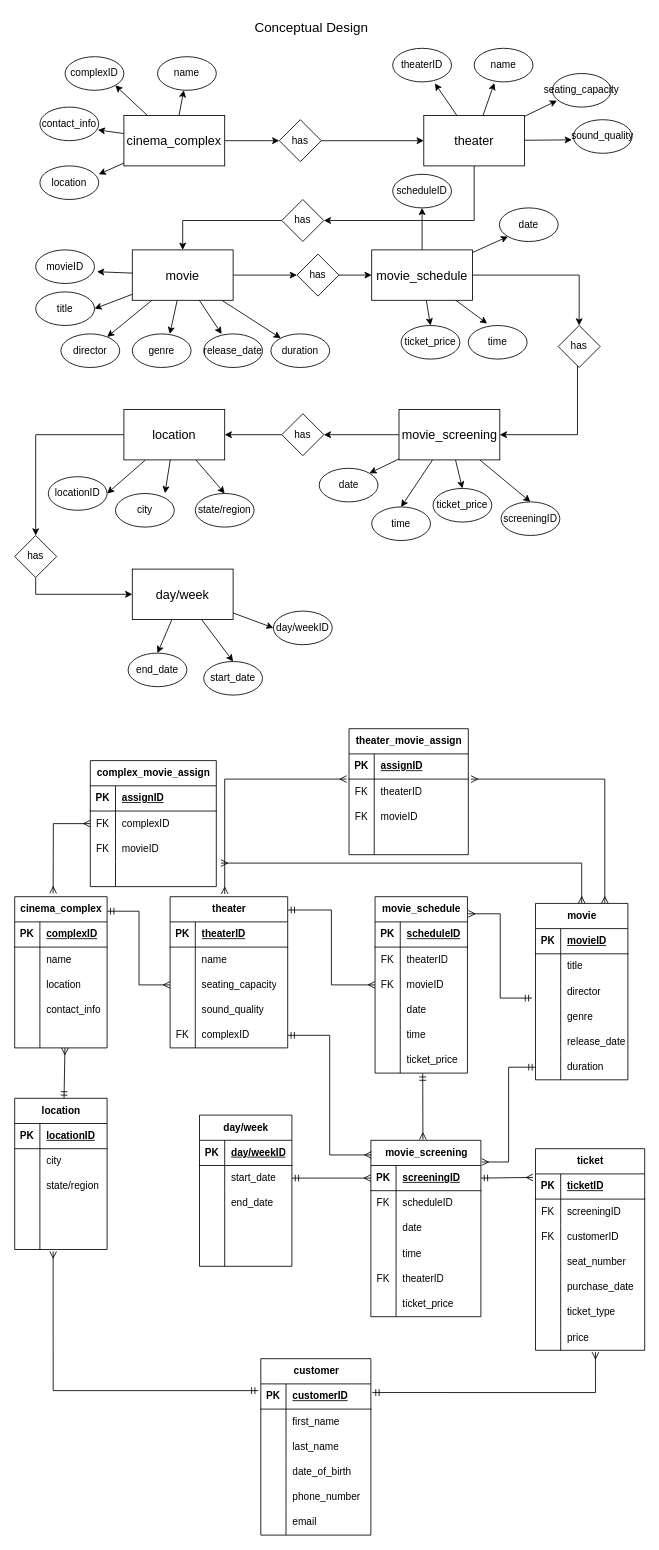
Before: eye_candy_cinemas_casestudy.drawio in julieeesy/data_modelling_workshop, a draw.io diagram. Source tidied: cells renumbered, new cells numbered last; positions are measured from the earlier drawing's top-left corner, leaving out a move shared by most shapes. Both pictures are drawn from the tidied source at 84%, with x=0, y=0 at pixel (14, 14).
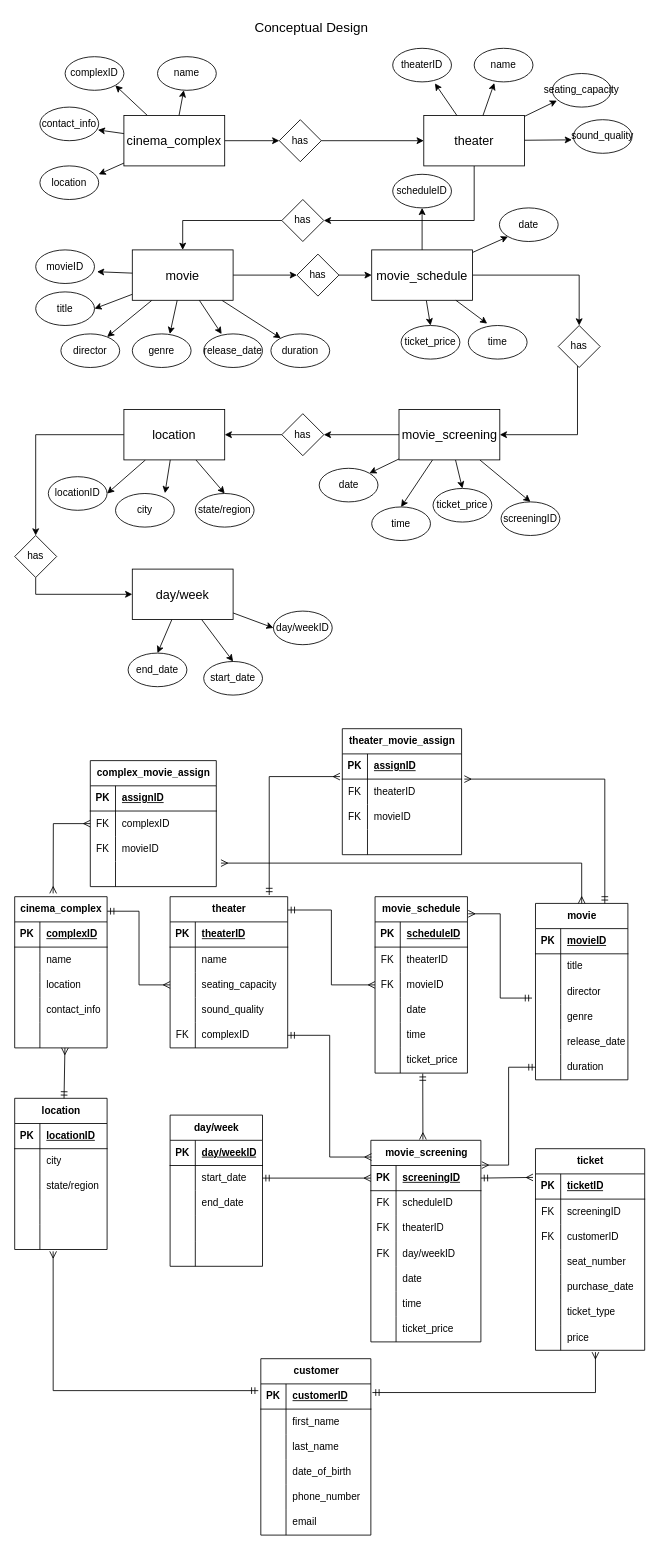
The same diagram, later.

Unchanged cells that the change refers to:
```xml
<mxCell id="188" value="movie" style="shape=table;startSize=30;childLayout=tableLayout;rowLines=0;fontStyle=1;align=center;html=1;" parent="1" vertex="1">
  <mxGeometry x="620" y="1058" width="110" height="210" as="geometry" />
</mxCell>
<mxCell id="242" style="shape=tableRow;horizontal=0;startSize=0;swimlaneHead=0;swimlaneBody=0;fillColor=none;points=[[0,0.5],[1,0.5]];portConstraint=eastwest;top=0;left=0;right=0;bottom=1;" parent="241" vertex="1">
  <mxGeometry y="30" width="142" height="30" as="geometry" />
</mxCell>
<mxCell id="245" style="shape=tableRow;horizontal=0;startSize=0;swimlaneHead=0;swimlaneBody=0;fillColor=none;points=[[0,0.5],[1,0.5]];portConstraint=eastwest;top=0;left=0;right=0;bottom=0;" parent="241" vertex="1">
  <mxGeometry y="60" width="142" height="30" as="geometry" />
</mxCell>
```

The edit, as a diff of the source:
```diff
@@
     <mxCell id="151" value="movie_screening" style="shape=table;startSize=30;childLayout=tableLayout;rowLines=0;fontStyle=1;align=center;html=1;" parent="1" vertex="1">
-      <mxGeometry x="424" y="1340" width="131" height="210" as="geometry" />
+      <mxGeometry x="424" y="1340" width="131" height="240" as="geometry" />
     </mxCell>
@@
+    <mxCell id="164" style="shape=tableRow;horizontal=0;startSize=0;swimlaneHead=0;swimlaneBody=0;fillColor=none;top=0;left=0;right=0;bottom=0;" parent="151" vertex="1">
+      <mxGeometry y="90" width="131" height="30" as="geometry" />
+    </mxCell>
+    <mxCell id="165" value="FK" style="shape=partialRectangle;fillColor=none;top=0;left=0;bottom=0;right=0;overflow=hidden;whiteSpace=wrap;html=1;" parent="164" vertex="1">
+      <mxGeometry width="30" height="30" as="geometry" />
+    </mxCell>
+    <mxCell id="166" value="theaterID" style="shape=partialRectangle;fillColor=none;top=0;left=0;bottom=0;right=0;align=left;spacingLeft=6;overflow=hidden;whiteSpace=wrap;html=1;" parent="164" vertex="1">
+      <mxGeometry x="30" width="101" height="30" as="geometry" />
+    </mxCell>
+    <mxCell id="287" style="shape=tableRow;horizontal=0;startSize=0;swimlaneHead=0;swimlaneBody=0;fillColor=none;top=0;left=0;right=0;bottom=0;" parent="151" vertex="1">
+      <mxGeometry y="120" width="131" height="30" as="geometry" />
+    </mxCell>
+    <mxCell id="288" value="FK" style="shape=partialRectangle;fillColor=none;top=0;left=0;bottom=0;right=0;overflow=hidden;whiteSpace=wrap;html=1;" parent="287" vertex="1">
+      <mxGeometry width="30" height="30" as="geometry" />
+    </mxCell>
+    <mxCell id="289" value="day/weekID" style="shape=partialRectangle;fillColor=none;top=0;left=0;bottom=0;right=0;align=left;spacingLeft=6;overflow=hidden;whiteSpace=wrap;html=1;" parent="287" vertex="1">
+      <mxGeometry x="30" width="101" height="30" as="geometry" />
+    </mxCell>
     <mxCell id="158" style="shape=tableRow;horizontal=0;startSize=0;swimlaneHead=0;swimlaneBody=0;fillColor=none;top=0;left=0;right=0;bottom=0;" parent="151" vertex="1">
-      <mxGeometry y="90" width="131" height="30" as="geometry" />
+      <mxGeometry y="150" width="131" height="30" as="geometry" />
     </mxCell>
@@
     <mxCell id="161" style="shape=tableRow;horizontal=0;startSize=0;swimlaneHead=0;swimlaneBody=0;fillColor=none;top=0;left=0;right=0;bottom=0;" parent="151" vertex="1">
-      <mxGeometry y="120" width="131" height="30" as="geometry" />
+      <mxGeometry y="180" width="131" height="30" as="geometry" />
     </mxCell>
@@
-    <mxCell id="164" style="shape=tableRow;horizontal=0;startSize=0;swimlaneHead=0;swimlaneBody=0;fillColor=none;top=0;left=0;right=0;bottom=0;" parent="151" vertex="1">
-      <mxGeometry y="150" width="131" height="30" as="geometry" />
-    </mxCell>
-    <mxCell id="165" value="FK" style="shape=partialRectangle;fillColor=none;top=0;left=0;bottom=0;right=0;overflow=hidden;whiteSpace=wrap;html=1;" parent="164" vertex="1">
-      <mxGeometry width="30" height="30" as="geometry" />
-    </mxCell>
-    <mxCell id="166" value="theaterID" style="shape=partialRectangle;fillColor=none;top=0;left=0;bottom=0;right=0;align=left;spacingLeft=6;overflow=hidden;whiteSpace=wrap;html=1;" parent="164" vertex="1">
-      <mxGeometry x="30" width="101" height="30" as="geometry" />
-    </mxCell>
     <mxCell id="167" style="shape=tableRow;horizontal=0;startSize=0;swimlaneHead=0;swimlaneBody=0;fillColor=none;top=0;left=0;right=0;bottom=0;" parent="151" vertex="1">
-      <mxGeometry y="180" width="131" height="30" as="geometry" />
+      <mxGeometry y="210" width="131" height="30" as="geometry" />
     </mxCell>
@@
     <mxCell id="170" value="day/week" style="shape=table;startSize=30;childLayout=tableLayout;rowLines=0;fontStyle=1;align=center;html=1;" parent="1" vertex="1">
-      <mxGeometry x="220" y="1310" width="110" height="180" as="geometry" />
+      <mxGeometry x="185" y="1310" width="110" height="180" as="geometry" />
     </mxCell>
@@
-    <mxCell id="212" style="edgeStyle=elbowEdgeStyle;fontSize=12;html=1;endArrow=ERmany;startArrow=ERmany;rounded=0;entryX=0.75;entryY=0;entryDx=0;entryDy=0;elbow=vertical;startFill=0;endFill=0;exitX=1.023;exitY=1;exitDx=0;exitDy=0;exitPerimeter=0;" parent="1" edge="1" source="242" target="188">
+    <mxCell id="212" style="edgeStyle=elbowEdgeStyle;fontSize=12;html=1;endArrow=ERmandOne;startArrow=ERmany;rounded=0;entryX=0.75;entryY=0;entryDx=0;entryDy=0;elbow=vertical;startFill=0;endFill=0;exitX=1.023;exitY=1;exitDx=0;exitDy=0;exitPerimeter=0;" parent="1" edge="1" source="242" target="188">
       <mxGeometry relative="1" as="geometry">
         <Array as="points">
           <mxPoint x="675" y="910" />
         </Array>
       </mxGeometry>
     </mxCell>
@@
-    <mxCell id="240" style="edgeStyle=elbowEdgeStyle;fontSize=12;html=1;endArrow=ERmany;startArrow=ERmany;rounded=0;elbow=vertical;startFill=0;endFill=0;exitX=0.452;exitY=-0.018;exitDx=0;exitDy=0;exitPerimeter=0;entryX=-0.02;entryY=0.022;entryDx=0;entryDy=0;entryPerimeter=0;" parent="1" edge="1" target="245">
+    <mxCell id="240" style="edgeStyle=elbowEdgeStyle;fontSize=12;html=1;endArrow=ERmany;startArrow=ERmandOne;rounded=0;elbow=vertical;startFill=0;endFill=0;entryX=-0.02;entryY=0.022;entryDx=0;entryDy=0;entryPerimeter=0;" parent="1" edge="1">
       <mxGeometry relative="1" as="geometry">
-        <mxPoint x="250" y="1046.8" as="sourcePoint" />
+        <mxPoint x="303" y="1048" as="sourcePoint" />
+        <mxPoint x="387.2" y="907.7" as="targetPoint" />
         <Array as="points">
-          <mxPoint x="330" y="910" />
+          <mxPoint x="330" y="907" />
         </Array>
       </mxGeometry>
     </mxCell>
     <mxCell id="241" value="theater_movie_assign" style="shape=table;startSize=30;childLayout=tableLayout;rowLines=0;fontStyle=1;align=center;html=1;" parent="1" vertex="1">
-      <mxGeometry x="398" y="850" width="142" height="150" as="geometry" />
+      <mxGeometry x="390" y="850" width="142" height="150" as="geometry" />
     </mxCell>
```
